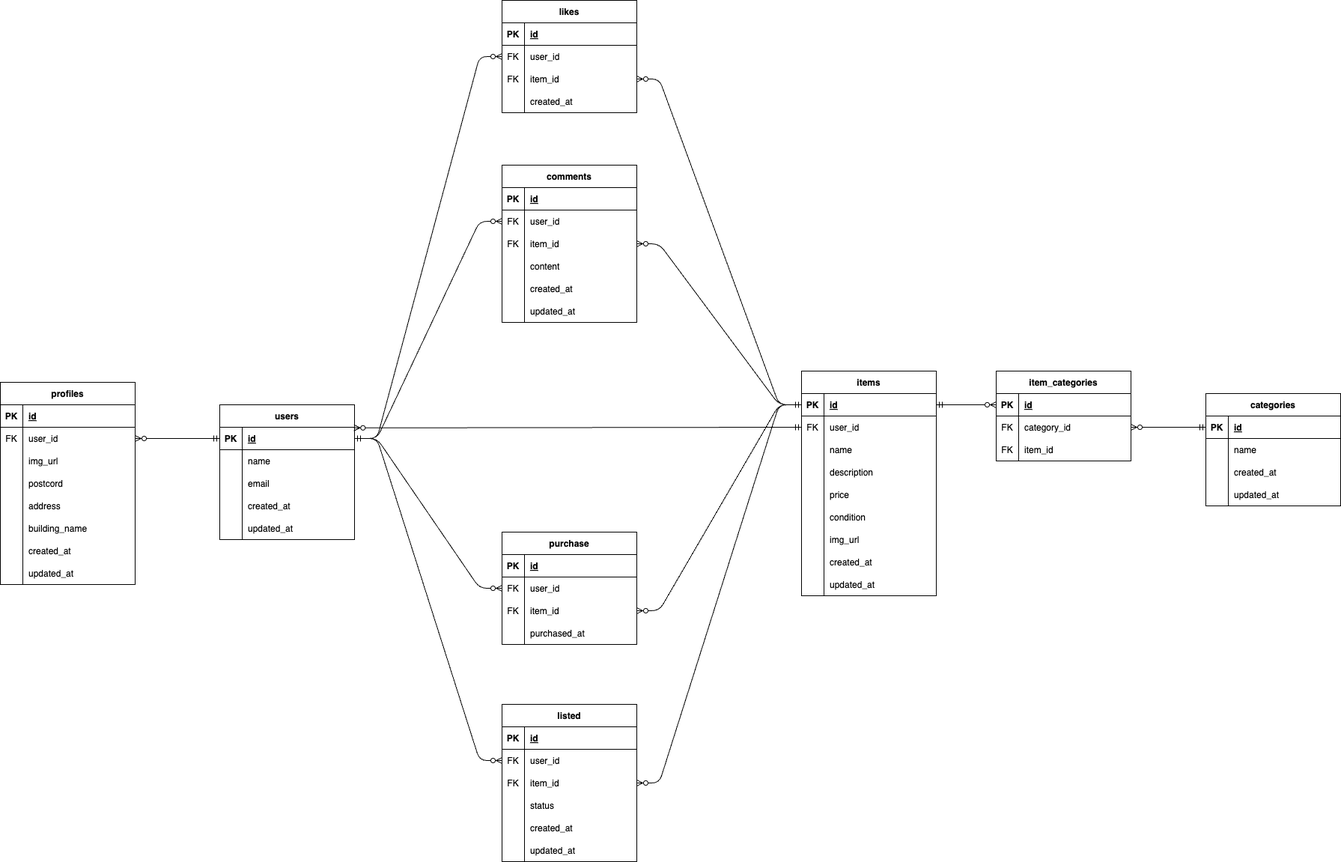
Before: index.drawio.png, a diagram exported from draw.io (hasedai0000/furima-app). Source tidied: cells renumbered, new cells last; positions are measured from the earlier drawing's top-left corner, leaving out a move shared by most shapes.
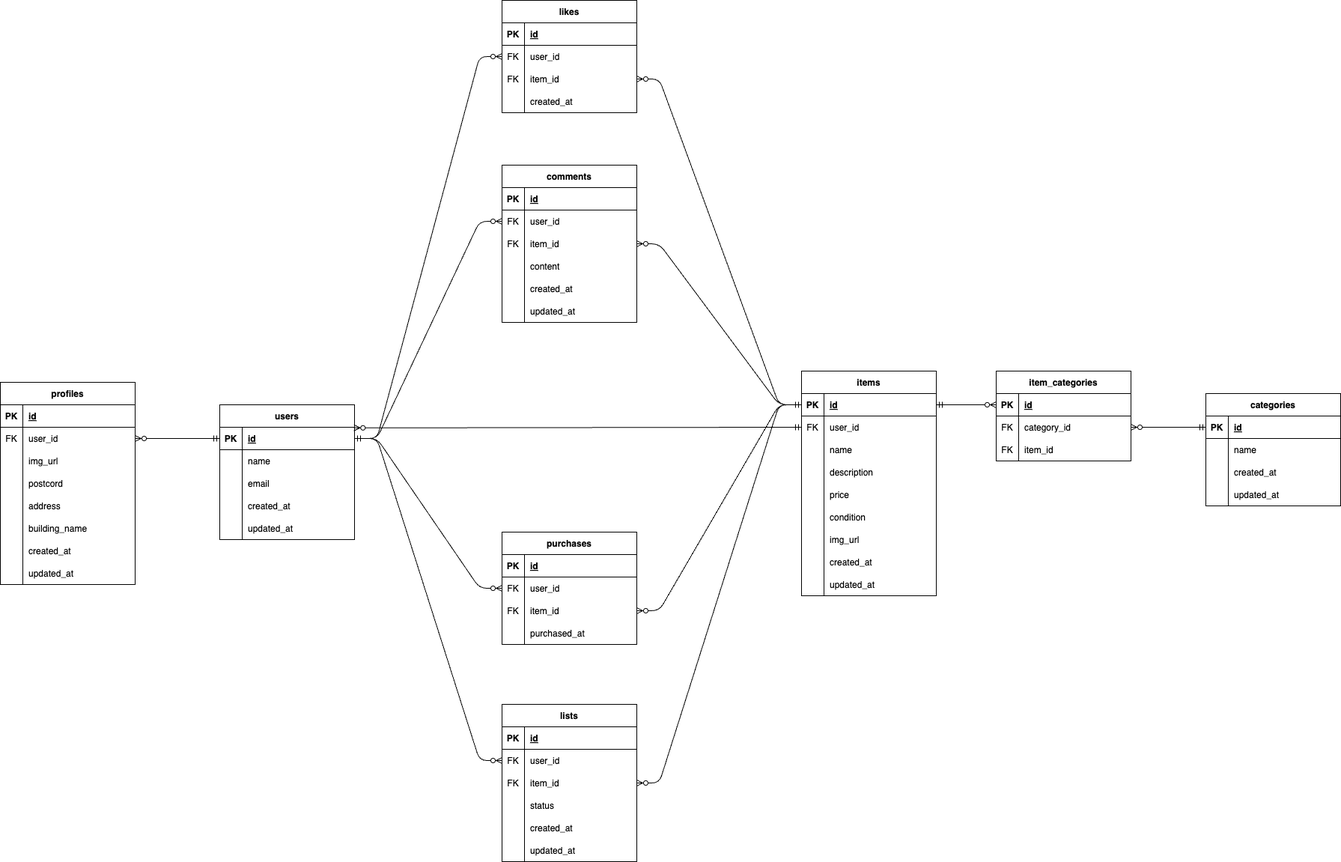
Above is the later version.

The edit, as a diff of the source:
```diff
@@ -398,7 +398,7 @@
     <mxCell id="133" style="edgeStyle=entityRelationEdgeStyle;fontSize=12;html=1;endArrow=ERzeroToMany;startArrow=ERmandOne;" parent="1" edge="1" source="44" target="120">
       <mxGeometry relative="1" as="geometry" />
     </mxCell>
-    <mxCell id="134" value="purchase" style="shape=table;startSize=30;rowLines=0;fontStyle=1;align=center;" parent="1" vertex="1">
+    <mxCell id="134" value="purchases" style="shape=table;startSize=30;rowLines=0;fontStyle=1;align=center;" parent="1" vertex="1">
       <mxGeometry x="670" y="710" width="180" height="150" as="geometry" />
     </mxCell>
     <mxCell id="135" style="shape=tableRow;horizontal=0;startSize=0;swimlaneHead=0;swimlaneBody=0;fillColor=none;top=0;left=0;right=0;bottom=1;" parent="134" vertex="1">
@@ -443,7 +443,7 @@
     <mxCell id="148" style="edgeStyle=entityRelationEdgeStyle;fontSize=12;html=1;endArrow=ERzeroToMany;startArrow=ERmandOne;" parent="1" edge="1" source="44" target="141">
       <mxGeometry relative="1" as="geometry" />
     </mxCell>
-    <mxCell id="149" value="listed" style="shape=table;startSize=30;rowLines=0;fontStyle=1;align=center;" parent="1" vertex="1">
+    <mxCell id="149" value="lists" style="shape=table;startSize=30;rowLines=0;fontStyle=1;align=center;" parent="1" vertex="1">
       <mxGeometry x="670" y="940" width="180" height="210" as="geometry" />
     </mxCell>
     <mxCell id="150" style="shape=tableRow;horizontal=0;startSize=0;swimlaneHead=0;swimlaneBody=0;fillColor=none;top=0;left=0;right=0;bottom=1;" parent="149" vertex="1">
```
